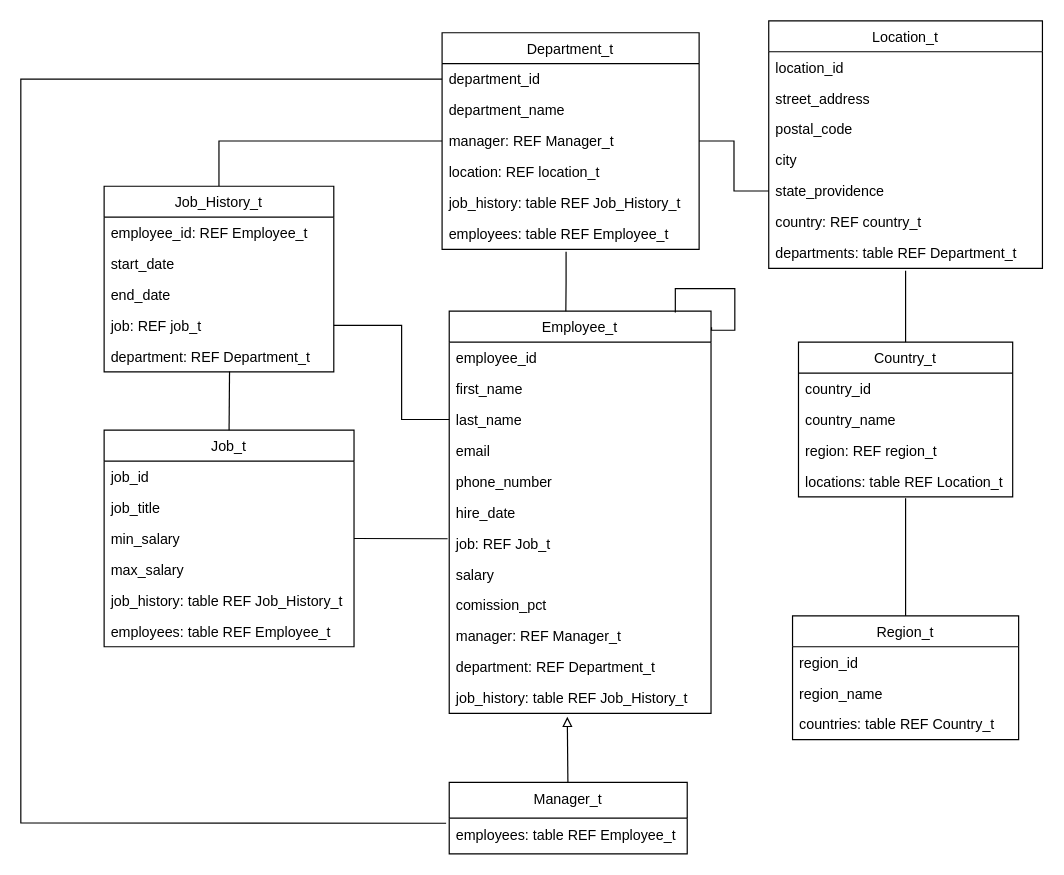
Above: dataModel.drawio in Hugo7gomes/FEUP_TBD (draw.io), before the change. Source tidied: cells renumbered, new cells numbered last; positions are measured from the earlier drawing's top-left corner, leaving out a move shared by most shapes. Both pictures are drawn from the tidied source at 119%, with x=0, y=0 at pixel (20, 20).
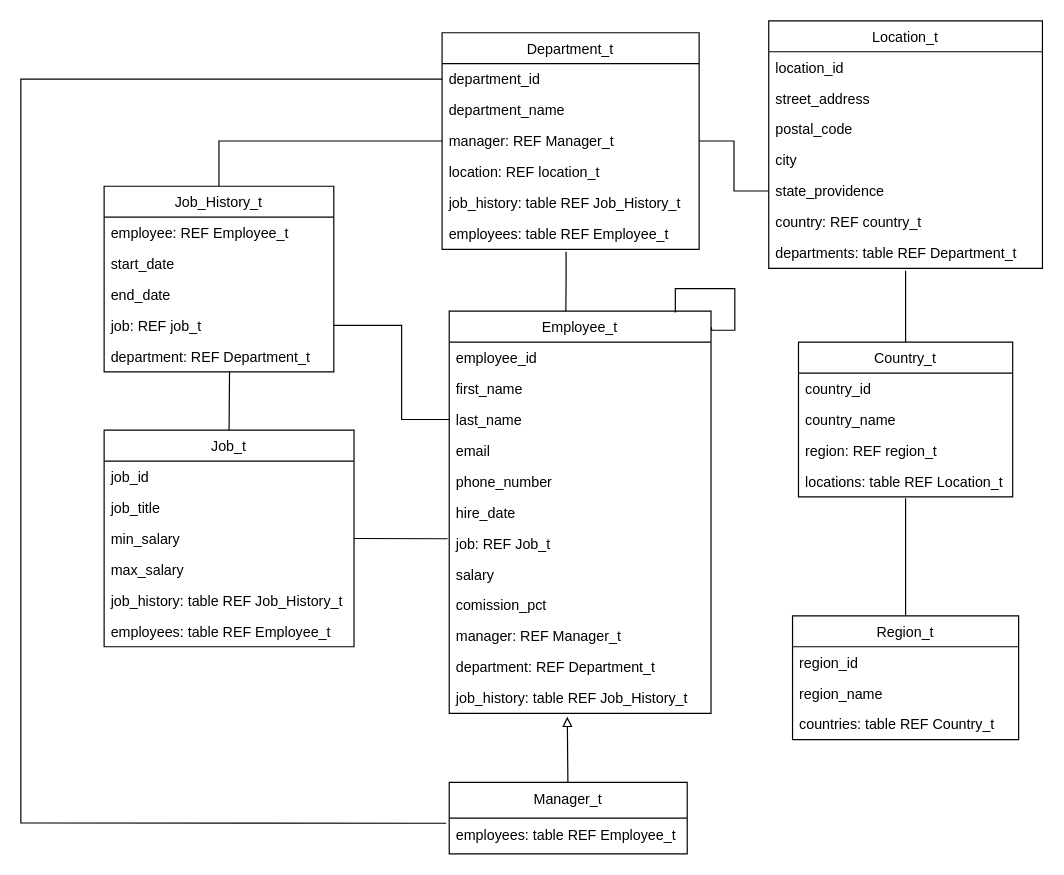
Above is the later version.

Commit message (it also covers changes not shown here):
fixed a bug in uml

The change refers to these unchanged cells:
```xml
<mxCell id="27" value="Job_History_t" style="swimlane;fontStyle=0;align=center;verticalAlign=top;horizontal=1;startSize=26;rounded=0;shadow=0;strokeWidth=1;" parent="1" vertex="1">
  <mxGeometry x="70" y="139" width="193" height="156" as="geometry" />
</mxCell>
```

What changed in the source:
```diff
@@
-    <mxCell id="28" value="employee_id: REF Employee_t" style="text;align=left;verticalAlign=top;spacingLeft=4;spacingRight=4;overflow=hidden;" parent="27" vertex="1">
+    <mxCell id="28" value="employee: REF Employee_t" style="text;align=left;verticalAlign=top;spacingLeft=4;spacingRight=4;overflow=hidden;" parent="27" vertex="1">
       <mxGeometry y="26" width="193" height="26" as="geometry" />
     </mxCell>
```
